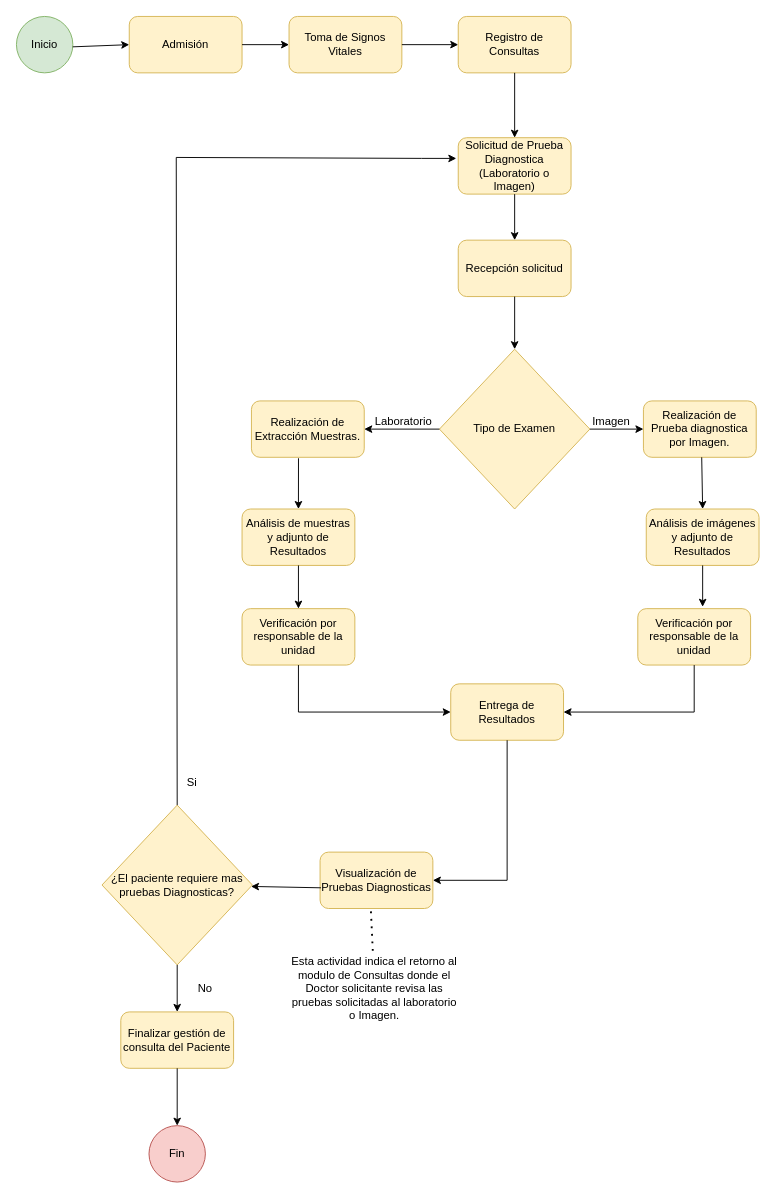
marguello86/Equipo1_MINSA keeps this draw.io diagram as page "Diagrama de Laboratorio" (2 of 3) of Diagramas de Flujo de Proceso.drawio. Above is the earlier version. Source tidied: cells renumbered, new cells numbered last; positions are measured from the earlier drawing's top-left corner, leaving out a move shared by most shapes. Both pictures are drawn from the tidied source at 94%, with x=0, y=0 at pixel (16, 16).
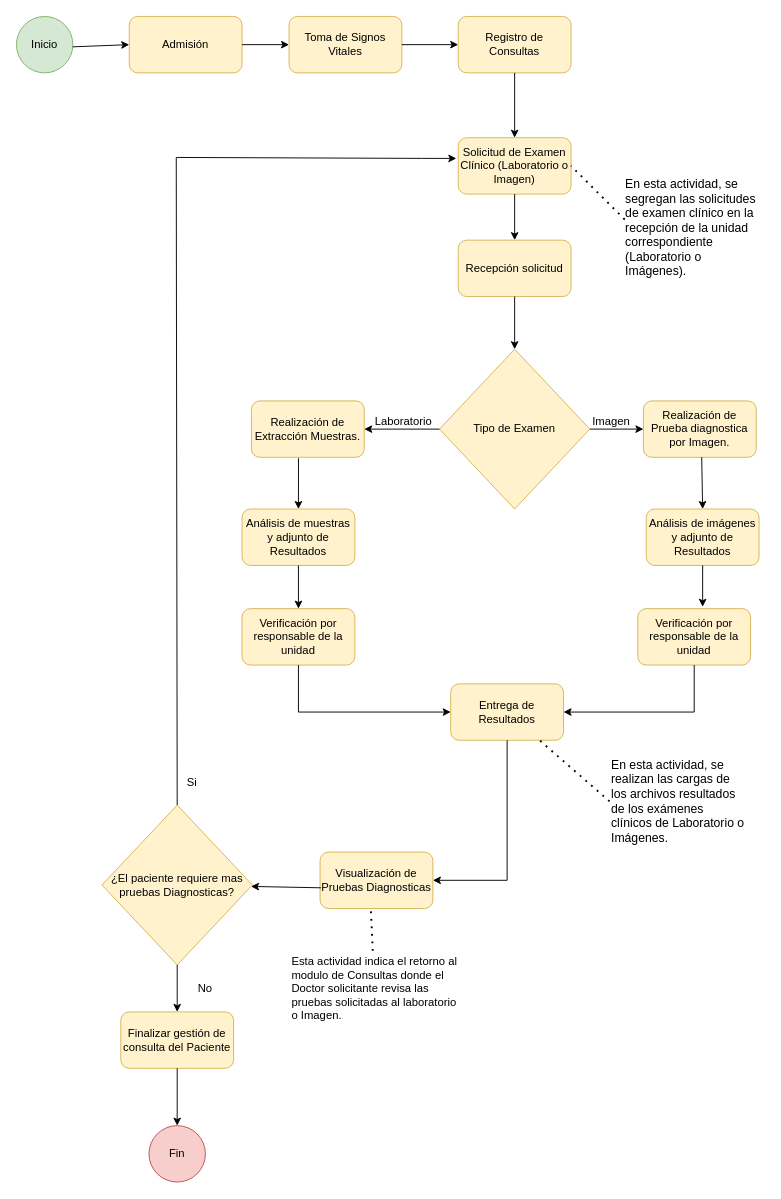
Above is the later version.

Commit message:
modificación del flujo de proceso de Laboratorio o Imagen

Unchanged cells that the change refers to:
```xml
<mxCell id="13" value="Entrega de Resultados" style="rounded=1;whiteSpace=wrap;html=1;fillColor=#fff2cc;strokeColor=#d6b656;" parent="1" vertex="1">
  <mxGeometry x="462" y="710" width="120" height="60" as="geometry" />
</mxCell>
```

What changed in the source:
```diff
@@
-    <mxCell id="9" value="Solicitud de Prueba Diagnostica (Laboratorio o Imagen)" style="rounded=1;whiteSpace=wrap;html=1;fillColor=#fff2cc;strokeColor=#d6b656;" parent="1" vertex="1">
+    <mxCell id="9" value="Solicitud de Examen Clínico (Laboratorio o Imagen)" style="rounded=1;whiteSpace=wrap;html=1;fillColor=#fff2cc;strokeColor=#d6b656;" parent="1" vertex="1">
       <mxGeometry x="470" y="129" width="120" height="60" as="geometry" />
     </mxCell>
@@
-    <mxCell id="19" value="Esta actividad indica el retorno al modulo de Consultas donde el Doctor solicitante revisa las pruebas solicitadas al laboratorio o Imagen." style="text;html=1;strokeColor=none;fillColor=none;align=center;verticalAlign=middle;whiteSpace=wrap;rounded=0;" parent="1" vertex="1">
+    <mxCell id="19" value="Esta actividad indica el retorno al modulo de Consultas donde el Doctor solicitante revisa las pruebas solicitadas al laboratorio o Imagen." style="text;html=1;strokeColor=none;fillColor=none;align=left;verticalAlign=middle;whiteSpace=wrap;rounded=0;" parent="1" vertex="1">
       <mxGeometry x="291" y="994" width="180" height="80" as="geometry" />
     </mxCell>
@@
+    <mxCell id="45" value="&lt;div style=&quot;&quot;&gt;&lt;span style=&quot;font-size: 13px; background-color: initial;&quot;&gt;En esta actividad, se segregan las solicitudes de examen clínico en la recepción de la unidad correspondiente (Laboratorio o Imágenes).&lt;/span&gt;&lt;/div&gt;" style="text;html=1;strokeColor=none;fillColor=none;align=left;verticalAlign=middle;whiteSpace=wrap;rounded=0;" parent="1" vertex="1">
+      <mxGeometry x="646" y="170" width="150" height="110" as="geometry" />
+    </mxCell>
+    <mxCell id="46" value="&lt;div style=&quot;&quot;&gt;&lt;span style=&quot;font-size: 13px; background-color: initial;&quot;&gt;En esta actividad, se realizan las cargas de los archivos resultados de los exámenes clínicos de Laboratorio o Imágenes.&lt;/span&gt;&lt;/div&gt;" style="text;html=1;strokeColor=none;fillColor=none;align=left;verticalAlign=middle;whiteSpace=wrap;rounded=0;" parent="1" vertex="1">
+      <mxGeometry x="631" y="790" width="146" height="90" as="geometry" />
+    </mxCell>
+    <mxCell id="47" style="endArrow=none;dashed=1;html=1;dashPattern=1 3;strokeWidth=2;rounded=0;fontSize=13;exitX=0;exitY=0.5;exitDx=0;exitDy=0;" parent="1" edge="1" source="46" target="13">
+      <mxGeometry relative="1" as="geometry" />
+    </mxCell>
+    <mxCell id="48" style="endArrow=none;dashed=1;html=1;dashPattern=1 3;strokeWidth=2;rounded=0;fontSize=13;exitX=0.007;exitY=0.418;exitDx=0;exitDy=0;exitPerimeter=0;entryX=1;entryY=0.5;entryDx=0;entryDy=0;" parent="1" edge="1" source="45" target="9">
+      <mxGeometry relative="1" as="geometry" />
+    </mxCell>
```
